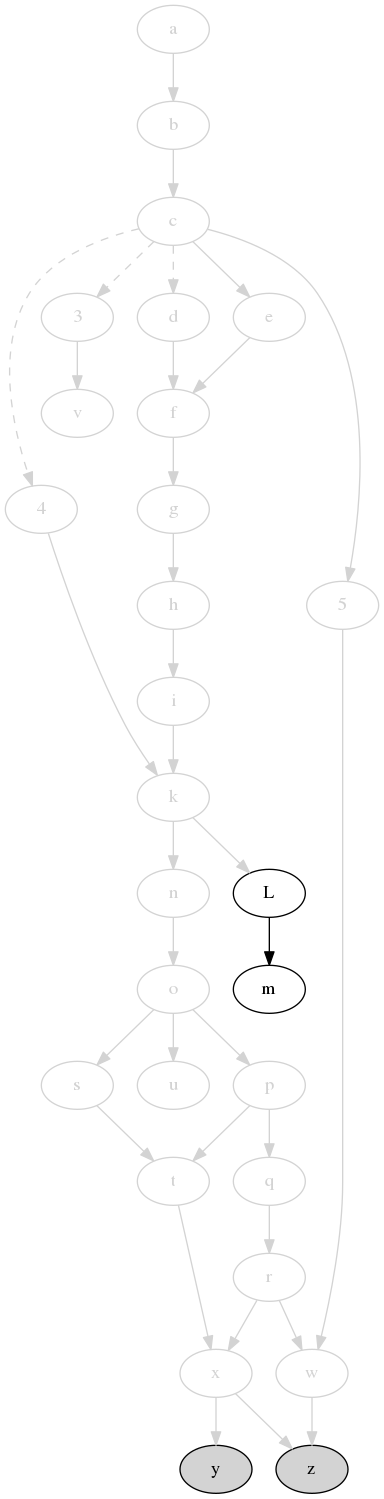
The Graphviz diagram svm-startup-deps.png in jdmpapin/svm-startup-deps, before a commit. Its source is kept beside it as svm-startup-deps.dot.
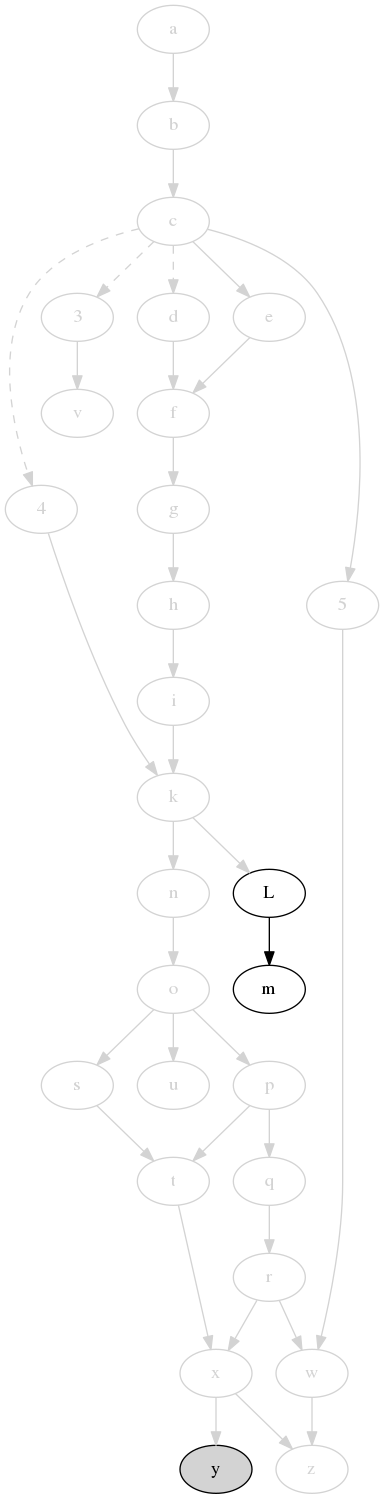
After the commit.

Change to the diagram source:
```diff
@@ -27,7 +27,7 @@
     w [color=lightgrey,fontcolor=lightgrey];
     x [color=lightgrey,fontcolor=lightgrey];
     y [style=filled,fillcolor=lightgrey];
-    z [style=filled,fillcolor=lightgrey];
+    z [color=lightgrey,fontcolor=lightgrey];
 
     4 -> k [color=lightgrey];
     c -> 4 [style=dashed,color=lightgrey];
```
